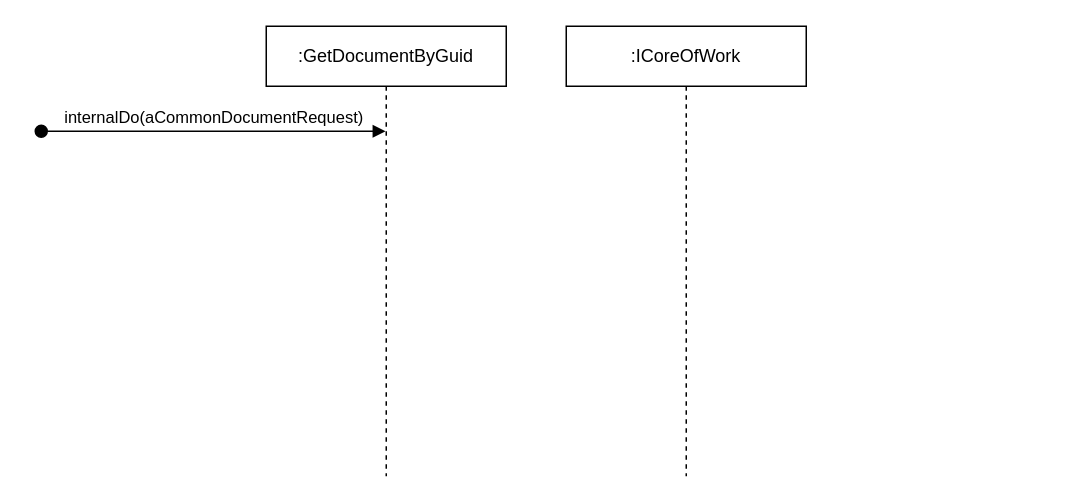
The draw.io diagram Core/DataAcquisition/GetDocumentByGuid.cs/sequence.drawio in davyd0ff/so-line-grls, before the edit. Source tidied: cells renumbered, new cells numbered last; positions are measured from the earlier drawing's top-left corner, leaving out a move shared by most shapes. Both pictures are drawn from the tidied source at 150%, with x=0, y=0 at pixel (40, 26).
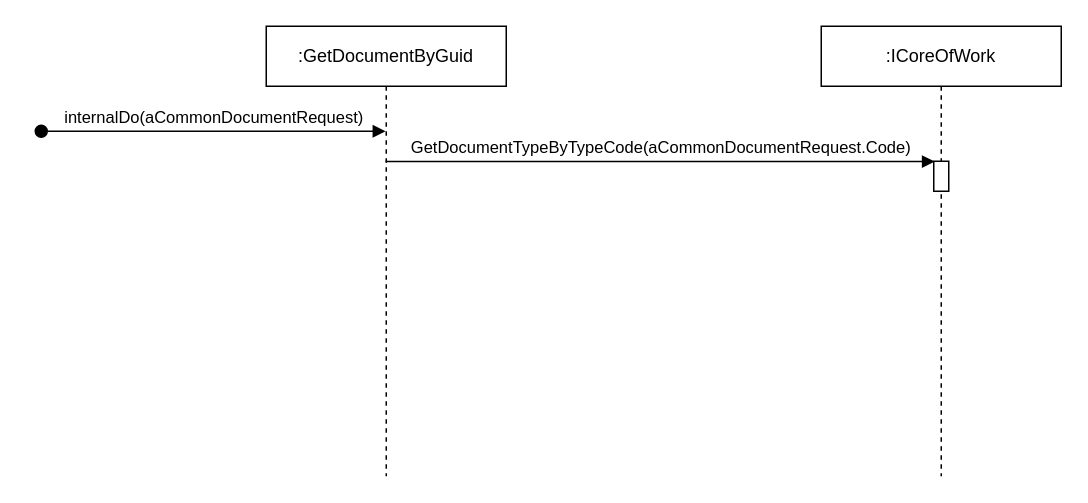
After the change.

Diff of the diagram source:
```diff
@@
 <mxGraphModel>
   <root>
     <mxCell id="0" />
     <mxCell id="1" parent="0" />
     <mxCell id="2" value=":GetDocumentByGuid" style="shape=umlLifeline;perimeter=lifelinePerimeter;whiteSpace=wrap;html=1;outlineConnect=0;" parent="1" vertex="1">
       <mxGeometry x="150" width="160" height="300" as="geometry" />
     </mxCell>
     <mxCell id="3" value="internalDo(aCommonDocumentRequest)" style="html=1;verticalAlign=bottom;startArrow=oval;startFill=1;endArrow=block;startSize=8;rounded=0;" parent="1" edge="1" target="2">
       <mxGeometry relative="1" as="geometry">
         <mxPoint y="70" as="sourcePoint" />
       </mxGeometry>
     </mxCell>
     <mxCell id="4" value=":ICoreOfWork" style="shape=umlLifeline;perimeter=lifelinePerimeter;whiteSpace=wrap;html=1;" parent="1" vertex="1">
-      <mxGeometry x="350" width="160" height="300" as="geometry" />
+      <mxGeometry x="520" width="160" height="300" as="geometry" />
     </mxCell>
+    <mxCell id="5" style="html=1;points=[];perimeter=orthogonalPerimeter;" parent="4" vertex="1">
+      <mxGeometry x="75" y="90" width="10" height="20" as="geometry" />
+    </mxCell>
+    <mxCell id="6" value="GetDocumentTypeByTypeCode(aCommonDocumentRequest.Code)" style="html=1;verticalAlign=bottom;endArrow=block;rounded=0;entryX=0.068;entryY=0.012;entryDx=0;entryDy=0;entryPerimeter=0;" parent="1" edge="1" source="2" target="5">
+      <mxGeometry relative="1" as="geometry" />
+    </mxCell>
   </root>
 </mxGraphModel>
```
